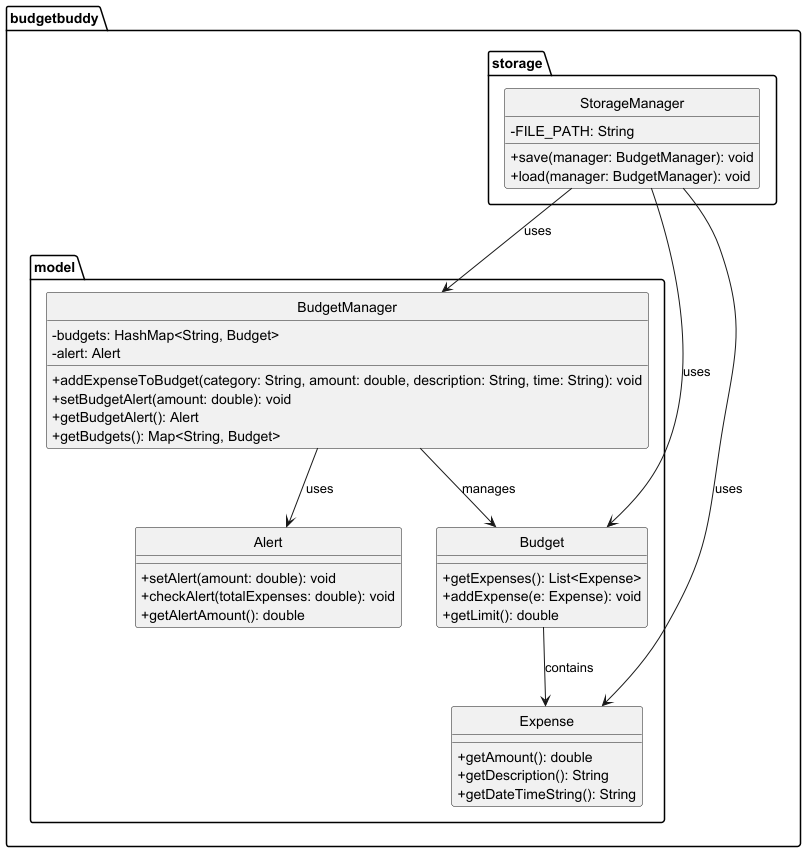
Before: docs/diagrams/StorageManagerDiagram.png, a diagram exported from PlantUML (AY2425S2-CS2113-T12-4/tp). Its source is kept beside it as docs/diagrams/StorageManagerDiagram.puml. Its diagram source:
```plantuml
@startuml

hide circle
skinparam classAttributeIconSize 0

package "budgetbuddy.storage" {
    class StorageManager {
        - FILE_PATH: String
        + save(manager: BudgetManager): void
        + load(manager: BudgetManager): void
    }
}

package "budgetbuddy.model" {
    class BudgetManager {
        - budgets: HashMap<String, Budget>
        - alert: Alert
        + addExpenseToBudget(category: String, amount: double, description: String, time: String): void
        + setBudgetAlert(amount: double): void
        + getBudgetAlert(): Alert
        + getBudgets(): Map<String, Budget>
    }

    class Budget {
        + getExpenses(): List<Expense>
        + addExpense(e: Expense): void
        + getLimit(): double
    }

    class Expense {
        + getAmount(): double
        + getDescription(): String
        + getDateTimeString(): String
    }

    class Alert {
        + setAlert(amount: double): void
        + checkAlert(totalExpenses: double): void
        + getAlertAmount(): double
    }
}

StorageManager --> BudgetManager : uses
StorageManager --> Budget : uses
StorageManager --> Expense : uses
BudgetManager --> Budget : manages
BudgetManager --> Alert : uses
Budget --> Expense : contains

@enduml
```
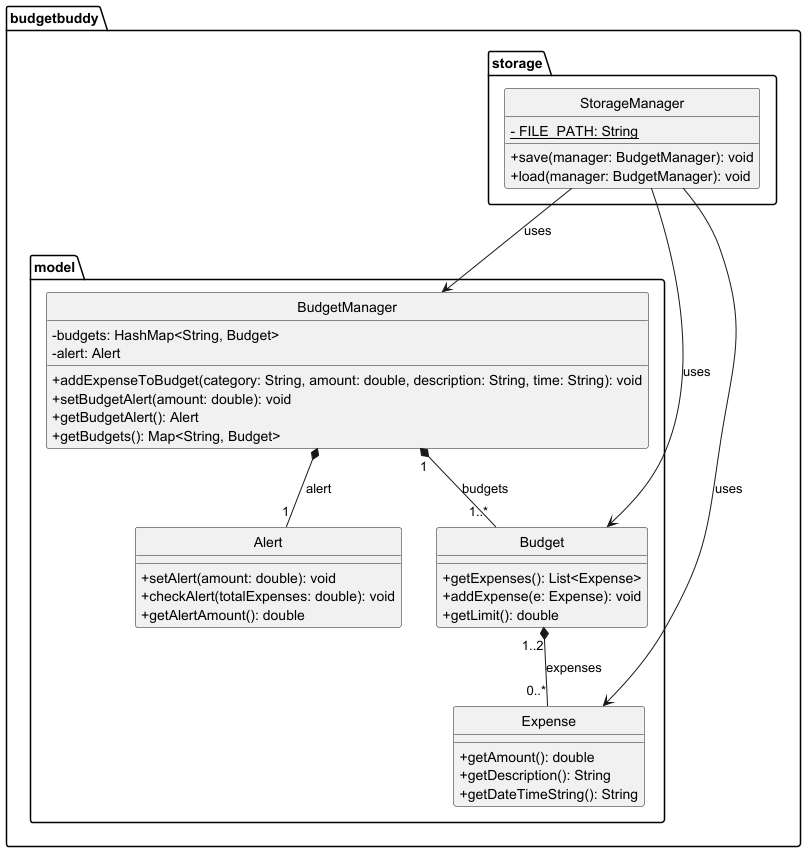
Later version of the same file.

What changed in the source:
```diff
@@ -5,7 +5,7 @@
 
 package "budgetbuddy.storage" {
     class StorageManager {
-        - FILE_PATH: String
+        <u>- FILE_PATH: String</u>
         + save(manager: BudgetManager): void
         + load(manager: BudgetManager): void
     }
@@ -43,8 +43,9 @@
 StorageManager --> BudgetManager : uses
 StorageManager --> Budget : uses
 StorageManager --> Expense : uses
-BudgetManager --> Budget : manages
-BudgetManager --> Alert : uses
-Budget --> Expense : contains
+BudgetManager "1" *-- "1..*" Budget : budgets
+Budget "1..2" *-- "0..*" Expense : expenses
+BudgetManager *--  "1"Alert : alert
+
 
 @enduml
```
